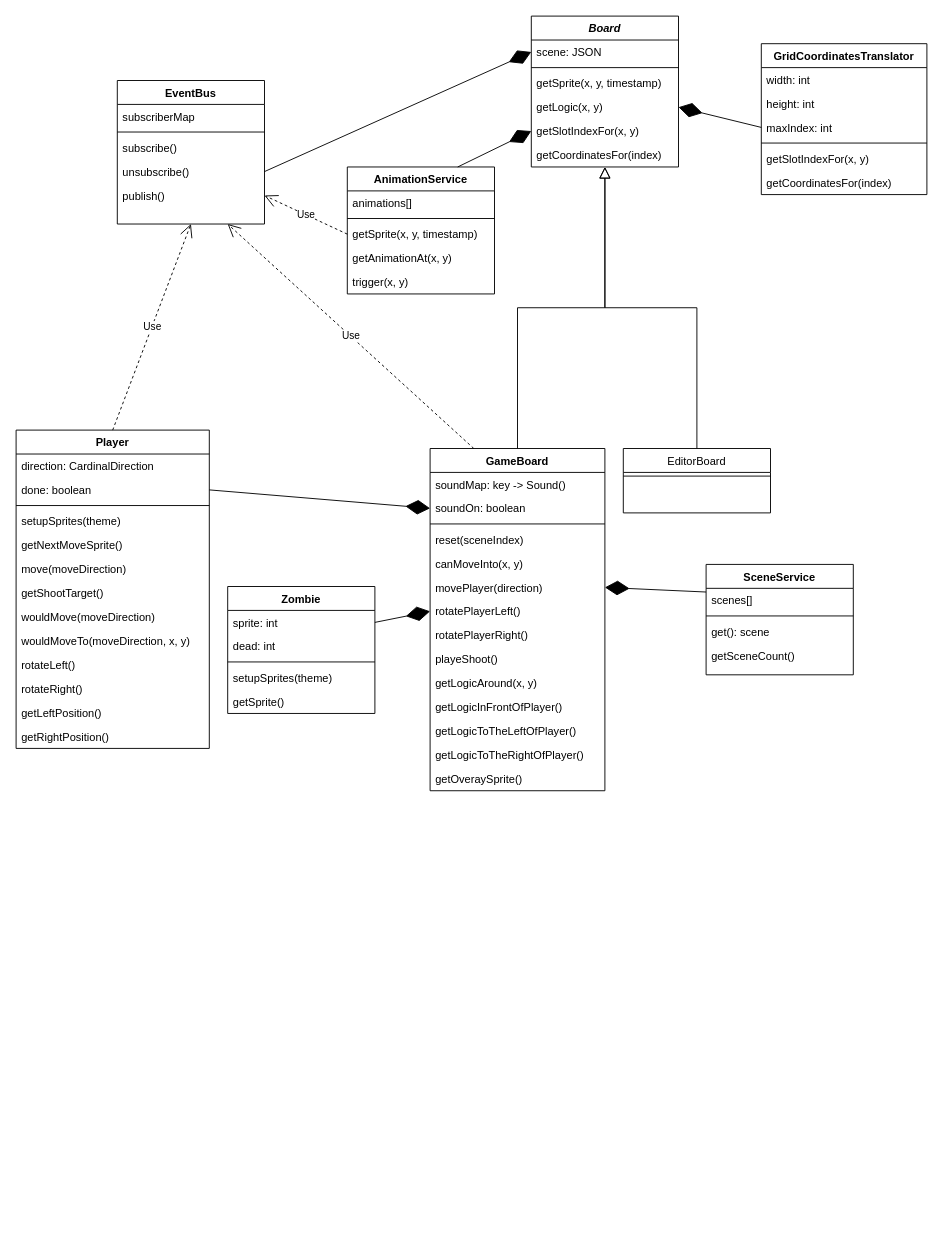
Earlier version of the draw.io diagram sidila-lang/doc/board.drawio (drkblog/drk-ar-site). Source tidied: cells renumbered, new cells numbered last; positions are measured from the earlier drawing's top-left corner, leaving out a move shared by most shapes. Both pictures are drawn from the tidied source at 92%, with x=0, y=0 at pixel (16, 16).
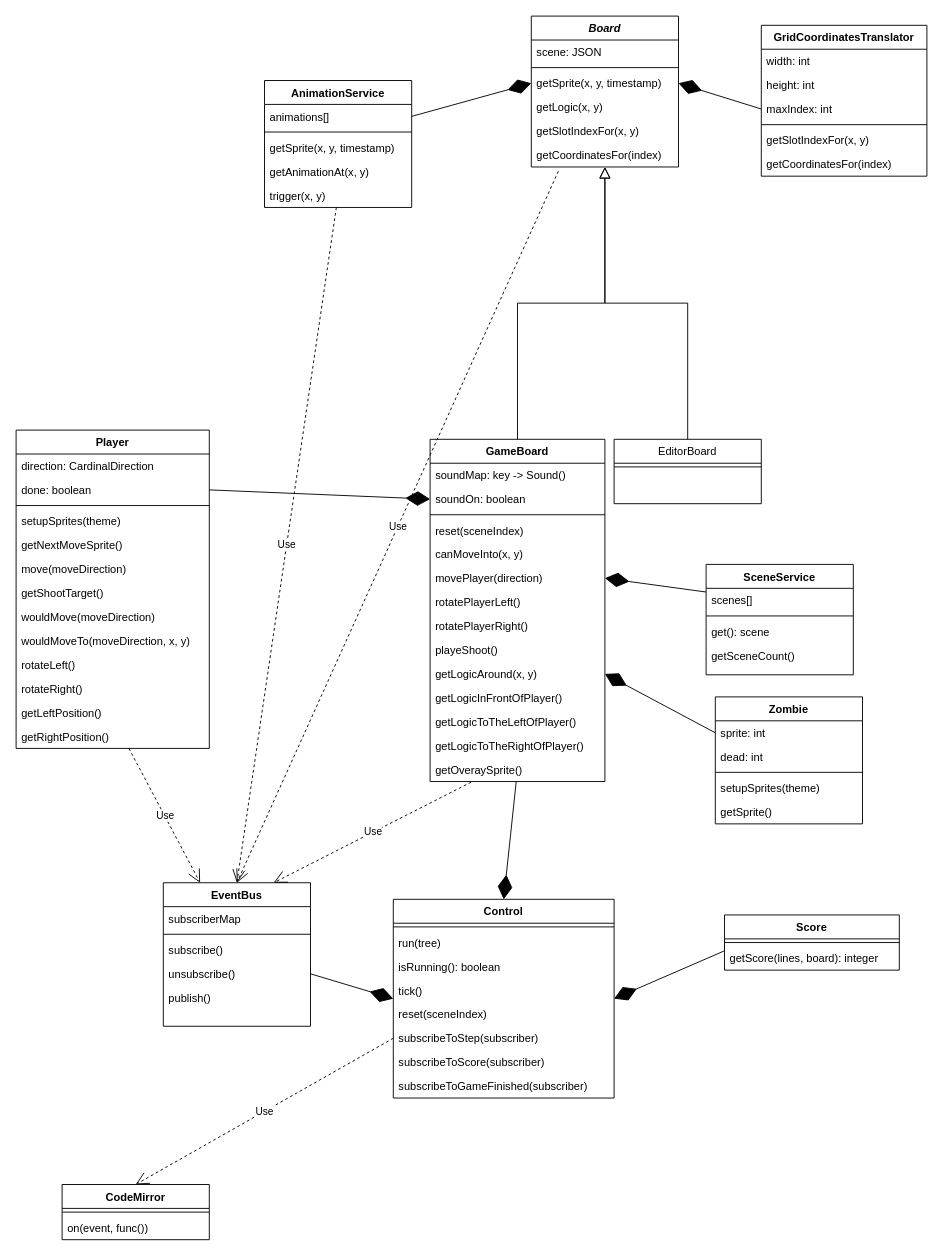
After the change.

Unchanged cells that the change refers to:
```xml
<mxCell id="3" value="scene: JSON" style="text;align=left;verticalAlign=top;spacingLeft=4;spacingRight=4;overflow=hidden;points=[[0,0.5],[1,0.5]];portConstraint=eastwest;" parent="2" vertex="1">
  <mxGeometry y="26" width="160" height="26" as="geometry" />
</mxCell>
<mxCell id="5" value="getSprite(x, y, timestamp)" style="text;align=left;verticalAlign=top;spacingLeft=4;spacingRight=4;overflow=hidden;points=[[0,0.5],[1,0.5]];portConstraint=eastwest;" parent="2" vertex="1">
  <mxGeometry y="60" width="160" height="26" as="geometry" />
</mxCell>
<mxCell id="6" value="getLogic(x, y)" style="text;align=left;verticalAlign=top;spacingLeft=4;spacingRight=4;overflow=hidden;points=[[0,0.5],[1,0.5]];portConstraint=eastwest;" parent="2" vertex="1">
  <mxGeometry y="86" width="160" height="26" as="geometry" />
</mxCell>
<mxCell id="7" value="getSlotIndexFor(x, y)" style="text;align=left;verticalAlign=top;spacingLeft=4;spacingRight=4;overflow=hidden;points=[[0,0.5],[1,0.5]];portConstraint=eastwest;" parent="2" vertex="1">
  <mxGeometry y="112" width="160" height="26" as="geometry" />
</mxCell>
<mxCell id="8" value="getCoordinatesFor(index)" style="text;align=left;verticalAlign=top;spacingLeft=4;spacingRight=4;overflow=hidden;points=[[0,0.5],[1,0.5]];portConstraint=eastwest;" parent="2" vertex="1">
  <mxGeometry y="138" width="160" height="26" as="geometry" />
</mxCell>
<mxCell id="16" value="rotatePlayerLeft()" style="text;align=left;verticalAlign=top;spacingLeft=4;spacingRight=4;overflow=hidden;points=[[0,0.5],[1,0.5]];portConstraint=eastwest;" parent="9" vertex="1">
  <mxGeometry y="164" width="190" height="26" as="geometry" />
</mxCell>
<mxCell id="19" value="getLogicAround(x, y)" style="text;align=left;verticalAlign=top;spacingLeft=4;spacingRight=4;overflow=hidden;points=[[0,0.5],[1,0.5]];portConstraint=eastwest;" parent="9" vertex="1">
  <mxGeometry y="242" width="190" height="26" as="geometry" />
</mxCell>
<mxCell id="23" value="getOveraySprite()" style="text;align=left;verticalAlign=top;spacingLeft=4;spacingRight=4;overflow=hidden;points=[[0,0.5],[1,0.5]];portConstraint=eastwest;" parent="9" vertex="1">
  <mxGeometry y="346" width="190" height="26" as="geometry" />
</mxCell>
<mxCell id="32" value="unsubscribe()" style="text;align=left;verticalAlign=top;spacingLeft=4;spacingRight=4;overflow=hidden;points=[[0,0.5],[1,0.5]];portConstraint=eastwest;" parent="28" vertex="1">
  <mxGeometry y="86" width="160" height="26" as="geometry" />
</mxCell>
<mxCell id="33" value="publish()" style="text;align=left;verticalAlign=top;spacingLeft=4;spacingRight=4;overflow=hidden;points=[[0,0.5],[1,0.5]];portConstraint=eastwest;" parent="28" vertex="1">
  <mxGeometry y="112" width="160" height="26" as="geometry" />
</mxCell>
<mxCell id="41" value="Player" style="swimlane;fontStyle=1;align=center;verticalAlign=top;horizontal=1;startSize=26;" parent="1" vertex="1">
  <mxGeometry y="450" width="210" height="346" as="geometry" />
</mxCell>
<mxCell id="54" value="getRightPosition()" style="text;strokeColor=none;fillColor=none;align=left;verticalAlign=top;spacingLeft=4;spacingRight=4;overflow=hidden;points=[[0,0.5],[1,0.5]];portConstraint=eastwest;" parent="41" vertex="1">
  <mxGeometry y="320" width="210" height="26" as="geometry" />
</mxCell>
<mxCell id="57" value="sprite: int" style="text;strokeColor=none;fillColor=none;align=left;verticalAlign=top;spacingLeft=4;spacingRight=4;overflow=hidden;points=[[0,0.5],[1,0.5]];portConstraint=eastwest;" parent="56" vertex="1">
  <mxGeometry y="26" width="160" height="26" as="geometry" />
</mxCell>
<mxCell id="66" value="animations[]" style="text;strokeColor=none;fillColor=none;align=left;verticalAlign=top;spacingLeft=4;spacingRight=4;overflow=hidden;points=[[0,0.5],[1,0.5]];portConstraint=eastwest;" parent="65" vertex="1">
  <mxGeometry y="26" width="160" height="26" as="geometry" />
</mxCell>
<mxCell id="68" value="getSprite(x, y, timestamp)" style="text;strokeColor=none;fillColor=none;align=left;verticalAlign=top;spacingLeft=4;spacingRight=4;overflow=hidden;points=[[0,0.5],[1,0.5]];portConstraint=eastwest;" parent="65" vertex="1">
  <mxGeometry y="60" width="160" height="26" as="geometry" />
</mxCell>
<mxCell id="70" value="trigger(x, y)" style="text;strokeColor=none;fillColor=none;align=left;verticalAlign=top;spacingLeft=4;spacingRight=4;overflow=hidden;points=[[0,0.5],[1,0.5]];portConstraint=eastwest;" parent="65" vertex="1">
  <mxGeometry y="112" width="160" height="26" as="geometry" />
</mxCell>
<mxCell id="76" value="maxIndex: int" style="text;strokeColor=none;fillColor=none;align=left;verticalAlign=top;spacingLeft=4;spacingRight=4;overflow=hidden;points=[[0,0.5],[1,0.5]];portConstraint=eastwest;" parent="73" vertex="1">
  <mxGeometry y="78" width="180" height="26" as="geometry" />
</mxCell>
```

The edit, as a diff of the source:
```diff
@@
     <mxCell id="9" value="GameBoard" style="swimlane;fontStyle=1;align=center;verticalAlign=top;horizontal=1;startSize=26;rounded=0;shadow=0;strokeWidth=1;" parent="1" vertex="1">
-      <mxGeometry x="450" y="470" width="190" height="372" as="geometry" />
+      <mxGeometry x="450" y="460" width="190" height="372" as="geometry" />
     </mxCell>
@@
     <mxCell id="25" value="EditorBoard" style="swimlane;fontStyle=0;align=center;verticalAlign=top;horizontal=1;startSize=26;rounded=0;shadow=0;strokeWidth=1;" parent="1" vertex="1">
-      <mxGeometry x="660" y="470" width="160" height="70" as="geometry" />
+      <mxGeometry x="650" y="460" width="160" height="70" as="geometry" />
     </mxCell>
@@
     <mxCell id="28" value="EventBus" style="swimlane;fontStyle=1;align=center;verticalAlign=top;horizontal=1;startSize=26;rounded=0;shadow=0;strokeWidth=1;" parent="1" vertex="1">
-      <mxGeometry x="110" y="70" width="160" height="156" as="geometry" />
+      <mxGeometry x="160" y="942" width="160" height="156" as="geometry" />
     </mxCell>
@@
-    <mxCell id="34" style="endArrow=diamondThin;endFill=1;endSize=24;html=1;rounded=0;exitX=1;exitY=0.5;exitDx=0;exitDy=0;entryX=0;entryY=0.5;entryDx=0;entryDy=0;" parent="1" edge="1" source="32" target="3">
+    <mxCell id="34" style="endArrow=diamondThin;endFill=1;endSize=24;html=1;rounded=0;exitX=1;exitY=0.5;exitDx=0;exitDy=0;entryX=0;entryY=0.5;entryDx=0;entryDy=0;" parent="1" edge="1" source="32" target="81">
       <mxGeometry relative="1" as="geometry" />
     </mxCell>
@@
     <mxCell id="56" value="Zombie" style="swimlane;fontStyle=1;align=center;verticalAlign=top;horizontal=1;startSize=26;" parent="1" vertex="1">
-      <mxGeometry x="230" y="620" width="160" height="138" as="geometry" />
+      <mxGeometry x="760" y="740" width="160" height="138" as="geometry" />
     </mxCell>
@@
-    <mxCell id="62" style="endArrow=diamondThin;endFill=1;endSize=24;html=1;rounded=0;entryX=0;entryY=0.5;entryDx=0;entryDy=0;exitX=1;exitY=0.5;exitDx=0;exitDy=0;" parent="1" edge="1" source="57" target="16">
+    <mxCell id="62" style="endArrow=diamondThin;endFill=1;endSize=24;html=1;rounded=0;entryX=1;entryY=0.5;entryDx=0;entryDy=0;exitX=0;exitY=0.5;exitDx=0;exitDy=0;" parent="1" edge="1" source="57" target="19">
       <mxGeometry relative="1" as="geometry" />
     </mxCell>
-    <mxCell id="63" value="Use" style="endArrow=open;endSize=12;dashed=1;html=1;rounded=0;exitX=0.5;exitY=0;exitDx=0;exitDy=0;entryX=0.5;entryY=1;entryDx=0;entryDy=0;" parent="1" edge="1" source="41" target="28">
+    <mxCell id="63" value="Use" style="endArrow=open;endSize=12;dashed=1;html=1;rounded=0;exitX=0.584;exitY=1;exitDx=0;exitDy=0;entryX=0.25;entryY=0;entryDx=0;entryDy=0;exitPerimeter=0;" parent="1" edge="1" source="54" target="28">
       <mxGeometry relative="1" as="geometry" />
     </mxCell>
-    <mxCell id="64" value="Use" style="endArrow=open;endSize=12;dashed=1;html=1;rounded=0;exitX=0.25;exitY=0;exitDx=0;exitDy=0;entryX=0.75;entryY=1;entryDx=0;entryDy=0;" parent="1" edge="1" source="9" target="28">
+    <mxCell id="64" value="Use" style="endArrow=open;endSize=12;dashed=1;html=1;rounded=0;exitX=0.235;exitY=1.026;exitDx=0;exitDy=0;entryX=0.75;entryY=0;entryDx=0;entryDy=0;exitPerimeter=0;" parent="1" edge="1" source="23" target="28">
       <mxGeometry relative="1" as="geometry" />
     </mxCell>
     <mxCell id="65" value="AnimationService" style="swimlane;fontStyle=1;align=center;verticalAlign=top;horizontal=1;startSize=26;" parent="1" vertex="1">
-      <mxGeometry x="360" y="164" width="160" height="138" as="geometry" />
+      <mxGeometry x="270" y="70" width="160" height="138" as="geometry" />
     </mxCell>
@@
-    <mxCell id="71" value="Use" style="endArrow=open;endSize=12;dashed=1;html=1;rounded=0;exitX=0;exitY=0.5;exitDx=0;exitDy=0;entryX=1;entryY=0.5;entryDx=0;entryDy=0;" parent="1" edge="1" source="68" target="33">
+    <mxCell id="71" value="Use" style="endArrow=open;endSize=12;dashed=1;html=1;rounded=0;entryX=0.5;entryY=0;entryDx=0;entryDy=0;" parent="1" edge="1" source="70" target="28">
       <mxGeometry relative="1" as="geometry" />
     </mxCell>
-    <mxCell id="72" style="endArrow=diamondThin;endFill=1;endSize=24;html=1;rounded=0;exitX=0.75;exitY=0;exitDx=0;exitDy=0;entryX=0;entryY=0.5;entryDx=0;entryDy=0;" parent="1" edge="1" source="65" target="7">
+    <mxCell id="72" style="endArrow=diamondThin;endFill=1;endSize=24;html=1;rounded=0;exitX=1;exitY=0.5;exitDx=0;exitDy=0;entryX=0;entryY=0.5;entryDx=0;entryDy=0;" parent="1" edge="1" source="66" target="5">
       <mxGeometry relative="1" as="geometry" />
     </mxCell>
     <mxCell id="73" value="GridCoordinatesTranslator" style="swimlane;fontStyle=1;align=center;verticalAlign=top;horizontal=1;startSize=26;" parent="1" vertex="1">
-      <mxGeometry x="810" y="30" width="180" height="164" as="geometry" />
+      <mxGeometry x="810" y="10" width="180" height="164" as="geometry" />
     </mxCell>
@@
-    <mxCell id="80" style="endArrow=diamondThin;endFill=1;endSize=24;html=1;rounded=0;entryX=1;entryY=0.5;entryDx=0;entryDy=0;exitX=0;exitY=0.5;exitDx=0;exitDy=0;" parent="1" edge="1" source="76" target="6">
+    <mxCell id="80" style="endArrow=diamondThin;endFill=1;endSize=24;html=1;rounded=0;entryX=1;entryY=0.5;entryDx=0;entryDy=0;exitX=0;exitY=0.5;exitDx=0;exitDy=0;" parent="1" edge="1" source="76" target="5">
       <mxGeometry relative="1" as="geometry" />
     </mxCell>
+    <mxCell id="81" value="Control" style="swimlane;fontStyle=1;align=center;verticalAlign=top;horizontal=1;startSize=26;" parent="1" vertex="1">
+      <mxGeometry x="410" y="960" width="240" height="216" as="geometry" />
+    </mxCell>
+    <mxCell id="82" style="line;strokeWidth=1;fillColor=none;align=left;verticalAlign=middle;spacingTop=-1;spacingLeft=3;spacingRight=3;labelPosition=right;" parent="81" vertex="1">
+      <mxGeometry y="26" width="240" height="8" as="geometry" />
+    </mxCell>
+    <mxCell id="83" value="run(tree)" style="text;strokeColor=none;fillColor=none;align=left;verticalAlign=top;spacingLeft=4;spacingRight=4;overflow=hidden;" parent="81" vertex="1">
+      <mxGeometry y="34" width="240" height="26" as="geometry" />
+    </mxCell>
+    <mxCell id="84" value="isRunning(): boolean" style="text;strokeColor=none;fillColor=none;align=left;verticalAlign=top;spacingLeft=4;spacingRight=4;overflow=hidden;" parent="81" vertex="1">
+      <mxGeometry y="60" width="240" height="26" as="geometry" />
+    </mxCell>
+    <mxCell id="85" value="tick()" style="text;strokeColor=none;fillColor=none;align=left;verticalAlign=top;spacingLeft=4;spacingRight=4;overflow=hidden;" parent="81" vertex="1">
+      <mxGeometry y="86" width="240" height="26" as="geometry" />
+    </mxCell>
+    <mxCell id="86" value="reset(sceneIndex)" style="text;strokeColor=none;fillColor=none;align=left;verticalAlign=top;spacingLeft=4;spacingRight=4;overflow=hidden;" parent="81" vertex="1">
+      <mxGeometry y="112" width="240" height="26" as="geometry" />
+    </mxCell>
+    <mxCell id="87" value="subscribeToStep(subscriber)" style="text;strokeColor=none;fillColor=none;align=left;verticalAlign=top;spacingLeft=4;spacingRight=4;overflow=hidden;points=[[0,0.5],[1,0.5]];portConstraint=eastwest;" parent="81" vertex="1">
+      <mxGeometry y="138" width="240" height="26" as="geometry" />
+    </mxCell>
+    <mxCell id="88" value="subscribeToScore(subscriber)" style="text;strokeColor=none;fillColor=none;align=left;verticalAlign=top;spacingLeft=4;spacingRight=4;overflow=hidden;" parent="81" vertex="1">
+      <mxGeometry y="164" width="240" height="26" as="geometry" />
+    </mxCell>
+    <mxCell id="89" value="subscribeToGameFinished(subscriber)" style="text;strokeColor=none;fillColor=none;align=left;verticalAlign=top;spacingLeft=4;spacingRight=4;overflow=hidden;" parent="81" vertex="1">
+      <mxGeometry y="190" width="240" height="26" as="geometry" />
+    </mxCell>
+    <mxCell id="90" value="Score" style="swimlane;fontStyle=1;align=center;verticalAlign=top;horizontal=1;startSize=26;" parent="1" vertex="1">
+      <mxGeometry x="770" y="977" width="190" height="60" as="geometry" />
+    </mxCell>
+    <mxCell id="91" style="line;strokeWidth=1;fillColor=none;align=left;verticalAlign=middle;spacingTop=-1;spacingLeft=3;spacingRight=3;labelPosition=right;" parent="90" vertex="1">
+      <mxGeometry y="26" width="190" height="8" as="geometry" />
+    </mxCell>
+    <mxCell id="92" value="getScore(lines, board): integer&#10;" style="text;strokeColor=none;fillColor=none;align=left;verticalAlign=top;spacingLeft=4;spacingRight=4;overflow=hidden;" parent="90" vertex="1">
+      <mxGeometry y="34" width="190" height="26" as="geometry" />
+    </mxCell>
+    <mxCell id="93" style="endArrow=diamondThin;endFill=1;endSize=24;html=1;rounded=0;entryX=1;entryY=0.5;entryDx=0;entryDy=0;exitX=0;exitY=0.5;exitDx=0;exitDy=0;" parent="1" edge="1" target="81">
+      <mxGeometry relative="1" as="geometry">
+        <mxPoint x="770" y="1016" as="sourcePoint" />
+      </mxGeometry>
+    </mxCell>
+    <mxCell id="94" style="endArrow=diamondThin;endFill=1;endSize=24;html=1;rounded=0;entryX=0.5;entryY=0;entryDx=0;entryDy=0;" parent="1" edge="1" source="23" target="81">
+      <mxGeometry relative="1" as="geometry" />
+    </mxCell>
+    <mxCell id="95" value="Use" style="endArrow=open;endSize=12;dashed=1;html=1;rounded=0;exitX=0.184;exitY=1.176;exitDx=0;exitDy=0;exitPerimeter=0;entryX=0.5;entryY=0;entryDx=0;entryDy=0;" parent="1" edge="1" source="8" target="28">
+      <mxGeometry relative="1" as="geometry" />
+    </mxCell>
+    <mxCell id="96" value="CodeMirror" style="swimlane;fontStyle=1;align=center;verticalAlign=top;horizontal=1;startSize=26;" parent="1" vertex="1">
+      <mxGeometry x="50" y="1270" width="160" height="60" as="geometry" />
+    </mxCell>
+    <mxCell id="97" style="line;strokeWidth=1;fillColor=none;align=left;verticalAlign=middle;spacingTop=-1;spacingLeft=3;spacingRight=3;labelPosition=right;" parent="96" vertex="1">
+      <mxGeometry y="26" width="160" height="8" as="geometry" />
+    </mxCell>
+    <mxCell id="98" value="on(event, func())" style="text;strokeColor=none;fillColor=none;align=left;verticalAlign=top;spacingLeft=4;spacingRight=4;overflow=hidden;" parent="96" vertex="1">
+      <mxGeometry y="34" width="160" height="26" as="geometry" />
+    </mxCell>
+    <mxCell id="99" value="Use" style="endArrow=open;endSize=12;dashed=1;html=1;rounded=0;exitX=0;exitY=0.5;exitDx=0;exitDy=0;entryX=0.5;entryY=0;entryDx=0;entryDy=0;" parent="1" edge="1" source="87" target="96">
+      <mxGeometry relative="1" as="geometry" />
+    </mxCell>
```
